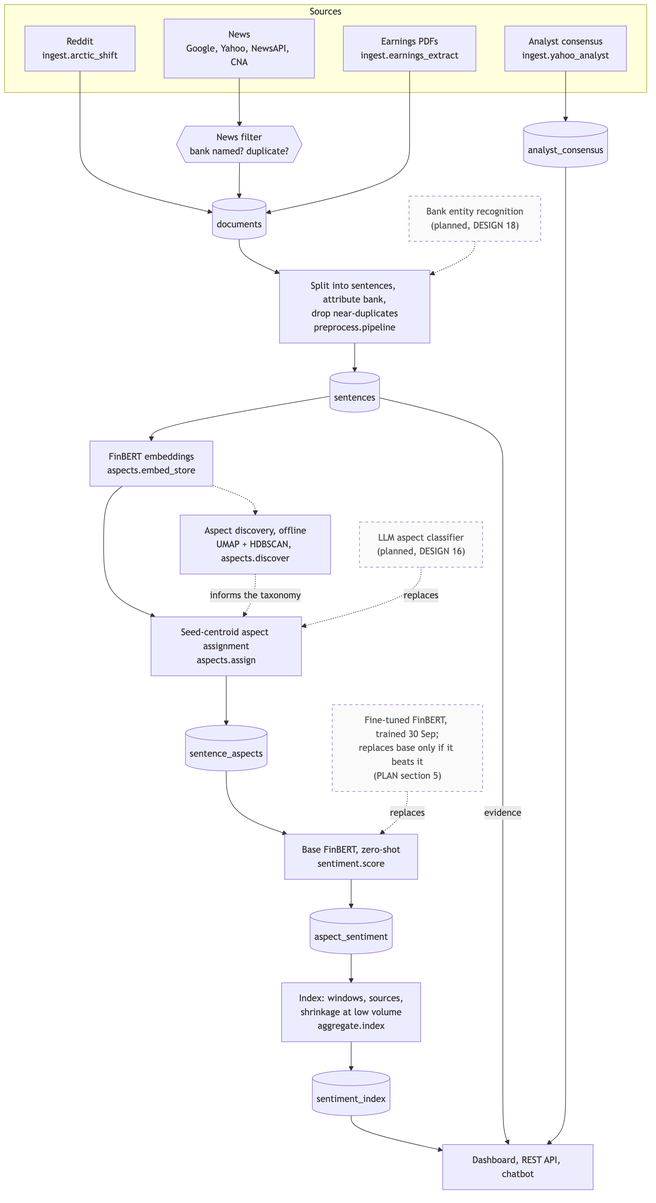
Gavingyh/plp-project keeps this Mermaid diagram as docs/diagrams/img/04-pipeline.png. Above is the earlier version. Its source is kept beside it as docs/diagrams/src/04-pipeline.mmd.
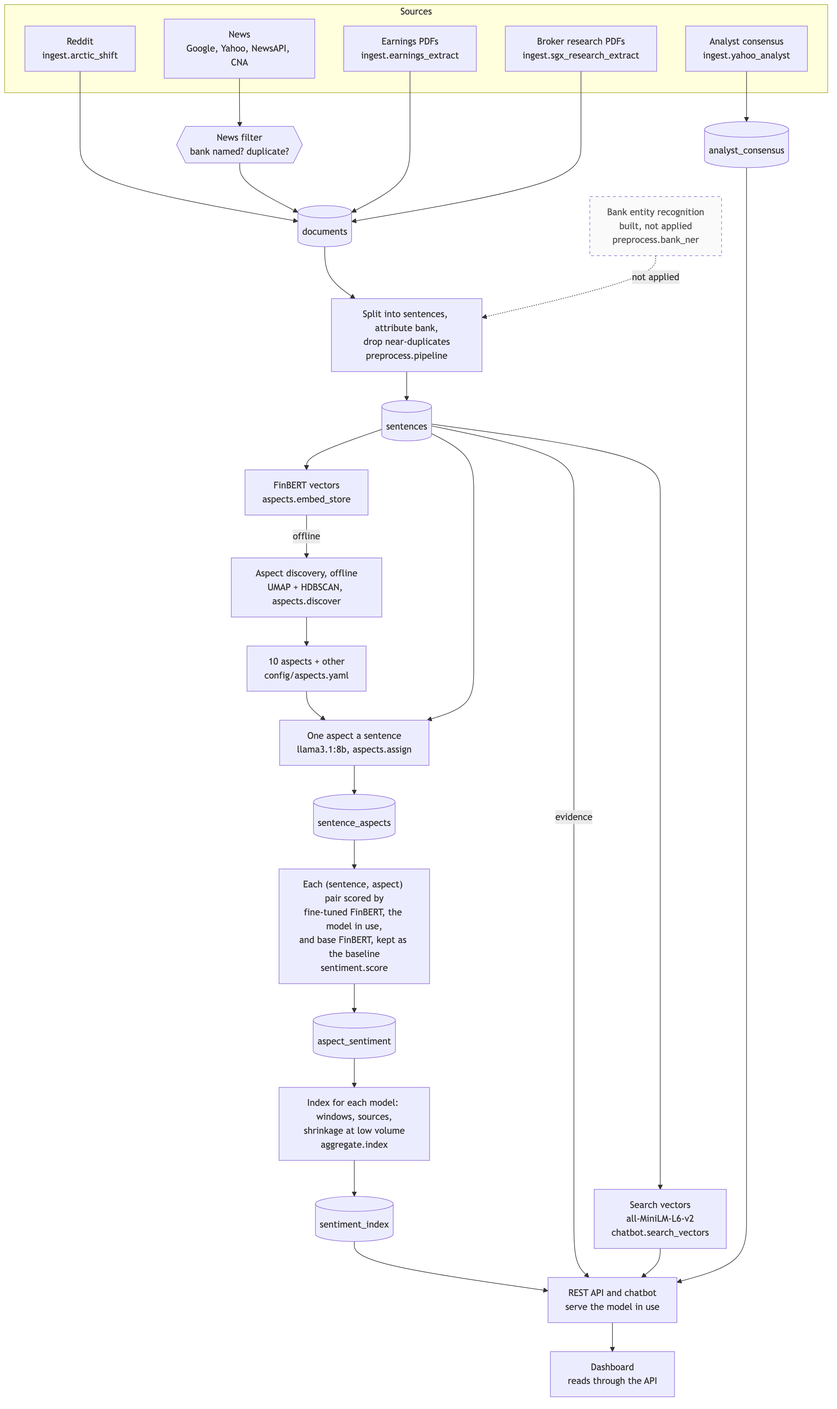
Later version of the same file.

The edit, as a diff of the source:
```diff
@@ -1,11 +1,12 @@
 flowchart TB
   accTitle: Processing pipeline
-  accDescr: Sources are ingested into documents, split into sentences, embedded, tagged with aspects, scored and aggregated into an index that the dashboard, API and chatbot read. Planned replacements are dashed.
+  accDescr: Sources are ingested into documents and split into sentences. A local LLM gives each sentence one aspect from the ten found by offline discovery. Each sentence and aspect pair is scored by the fine-tuned model in use and by base FinBERT, both stored, and aggregated into an index for each model. The API serves the model in use, with the evidence, to the dashboard and the chatbot. Bank entity recognition is built but not applied.
 
   subgraph src["Sources"]
     reddit["Reddit<br/>ingest.arctic_shift"]
     news["News<br/>Google, Yahoo, NewsAPI, CNA"]
     pdfs["Earnings PDFs<br/>ingest.earnings_extract"]
+    broker["Broker research PDFs<br/>ingest.sgx_research_extract"]
     cons["Analyst consensus<br/>ingest.yahoo_analyst"]
   end
 
@@ -13,36 +14,39 @@
   docs[("documents")]
   acons[("analyst_consensus")]
   prep["Split into sentences, attribute bank,<br/>drop near-duplicates<br/>preprocess.pipeline"]
-  ner["Bank entity recognition<br/>(planned, DESIGN 18)"]
+  ner["Bank entity recognition<br/>built, not applied<br/>preprocess.bank_ner"]
   sents[("sentences")]
-  emb["FinBERT embeddings<br/>aspects.embed_store"]
+  emb["FinBERT vectors<br/>aspects.embed_store"]
   disc["Aspect discovery, offline<br/>UMAP + HDBSCAN, aspects.discover"]
-  assign["Seed-centroid aspect assignment<br/>aspects.assign"]
-  llm["LLM aspect classifier<br/>(planned, DESIGN 16)"]
+  tax["10 aspects + other<br/>config/aspects.yaml"]
+  assign["One aspect a sentence<br/>llama3.1:8b, aspects.assign"]
   sa[("sentence_aspects")]
-  score["Base FinBERT, zero-shot<br/>sentiment.score"]
-  ft["Fine-tuned FinBERT, trained 30 Sep;<br/>replaces base only if it beats it<br/>(PLAN section 5)"]
+  score["Each (sentence, aspect) pair scored by<br/>fine-tuned FinBERT, the model in use,<br/>and base FinBERT, kept as the baseline<br/>sentiment.score"]
   as[("aspect_sentiment")]
-  agg["Index: windows, sources,<br/>shrinkage at low volume<br/>aggregate.index"]
+  agg["Index for each model: windows, sources,<br/>shrinkage at low volume<br/>aggregate.index"]
   idx[("sentiment_index")]
-  ui["Dashboard, REST API, chatbot"]
+  svec["Search vectors<br/>all-MiniLM-L6-v2<br/>chatbot.search_vectors"]
+  api["REST API and chatbot<br/>serve the model in use"]
+  dash["Dashboard<br/>reads through the API"]
 
   reddit --> docs
   news --> filt --> docs
   pdfs --> docs
+  broker --> docs
   cons --> acons
   docs --> prep --> sents
-  ner -.-> prep
-  sents --> emb --> assign --> sa
-  emb -.-> disc
-  disc -. "informs the taxonomy" .-> assign
-  llm -. "replaces" .-> assign
+  ner -. "not applied" .-> prep
+  sents --> emb -- "offline" --> disc --> tax
+  tax --> assign
+  sents --> assign --> sa
   sa --> score --> as
-  ft -. "replaces" .-> score
   as --> agg --> idx
-  idx --> ui
-  sents -- "evidence" --> ui
-  acons --> ui
+  sents --> svec
+  idx --> api
+  sents -- "evidence" --> api
+  svec --> api
+  acons --> api
+  api --> dash
 
-  classDef planned stroke-dasharray: 5 5,color:#555,fill:#fafafa;
-  class ner,llm,ft planned;
+  classDef inactive stroke-dasharray: 5 5,color:#555,fill:#fafafa;
+  class ner inactive;
```
